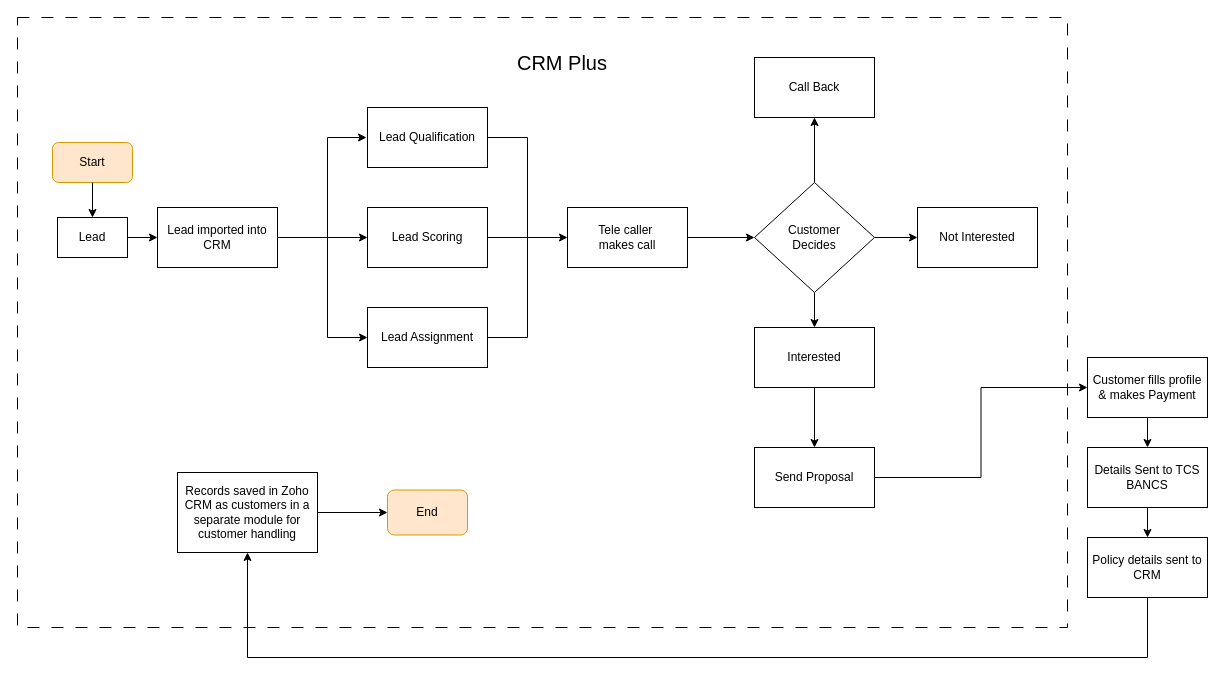
shaileshsreedar/Galaxy keeps this draw.io diagram as TeleSales.drawio. Above is the earlier version. Source tidied: cells renumbered, new cells numbered last; positions are measured from the earlier drawing's top-left corner, leaving out a move shared by most shapes. Both pictures are drawn from the tidied source at 100%, with x=0, y=0 at pixel (17, 17).
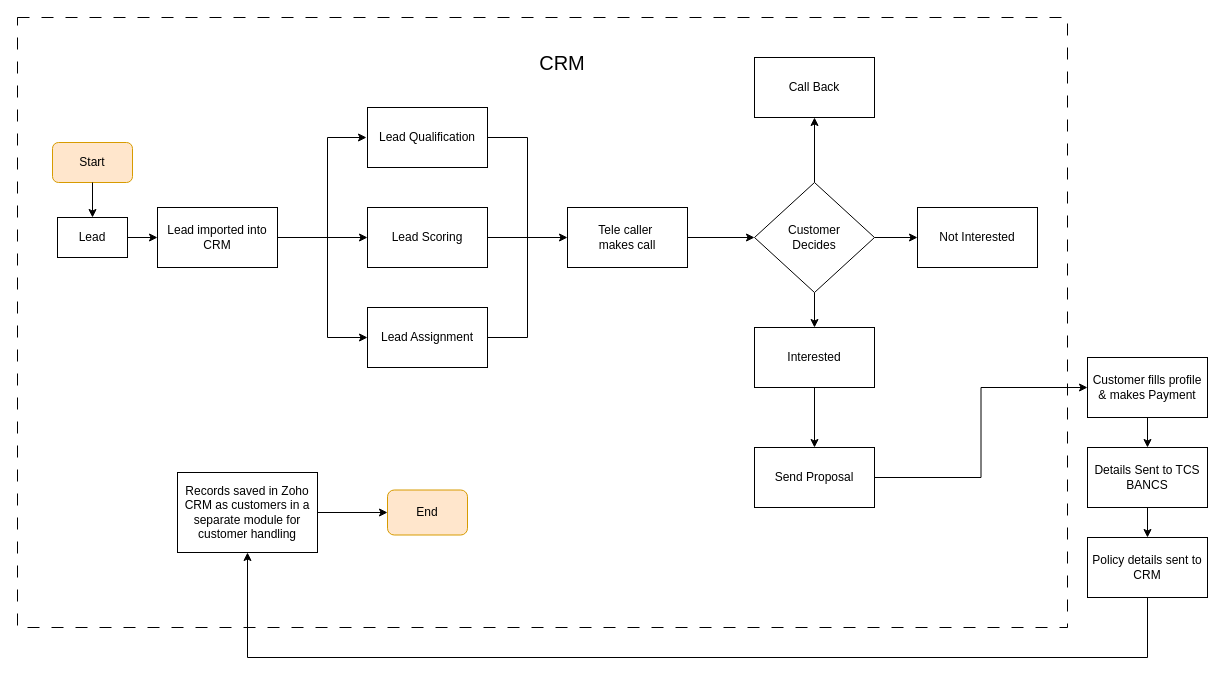
After the change.

Change to the diagram source:
```diff
@@
-    <mxCell id="37" value="&lt;font style=&quot;font-size: 20px;&quot;&gt;CRM Plus&lt;/font&gt;" style="text;html=1;align=center;verticalAlign=middle;whiteSpace=wrap;rounded=0;" parent="1" vertex="1">
+    <mxCell id="37" value="&lt;font style=&quot;font-size: 20px;&quot;&gt;CRM&lt;/font&gt;" style="text;html=1;align=center;verticalAlign=middle;whiteSpace=wrap;rounded=0;" parent="1" vertex="1">
       <mxGeometry x="480" y="30" width="130" height="30" as="geometry" />
     </mxCell>
```
